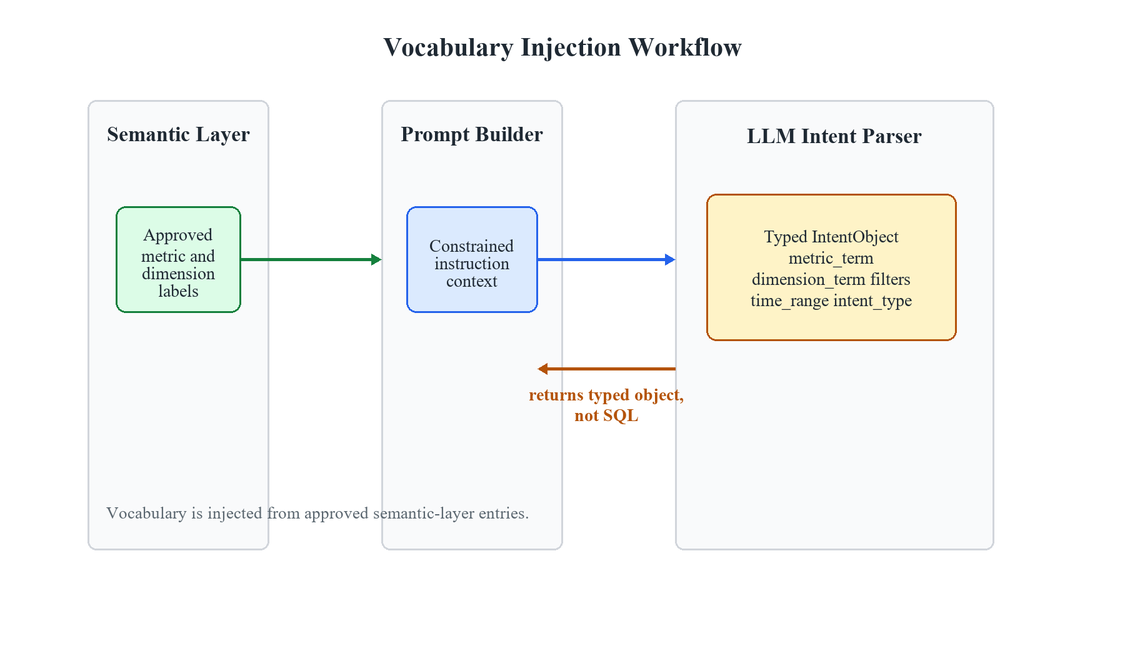
This is docs/scripts/thesis_book_generator/figures/figure-05-vocabulary-injection.png from md-riaz/AEGIS-Research, a Mermaid export, as it was before one commit. Its source is kept beside it as docs/scripts/thesis_book_generator/figures/source/figure-05-vocabulary-injection.mmd.
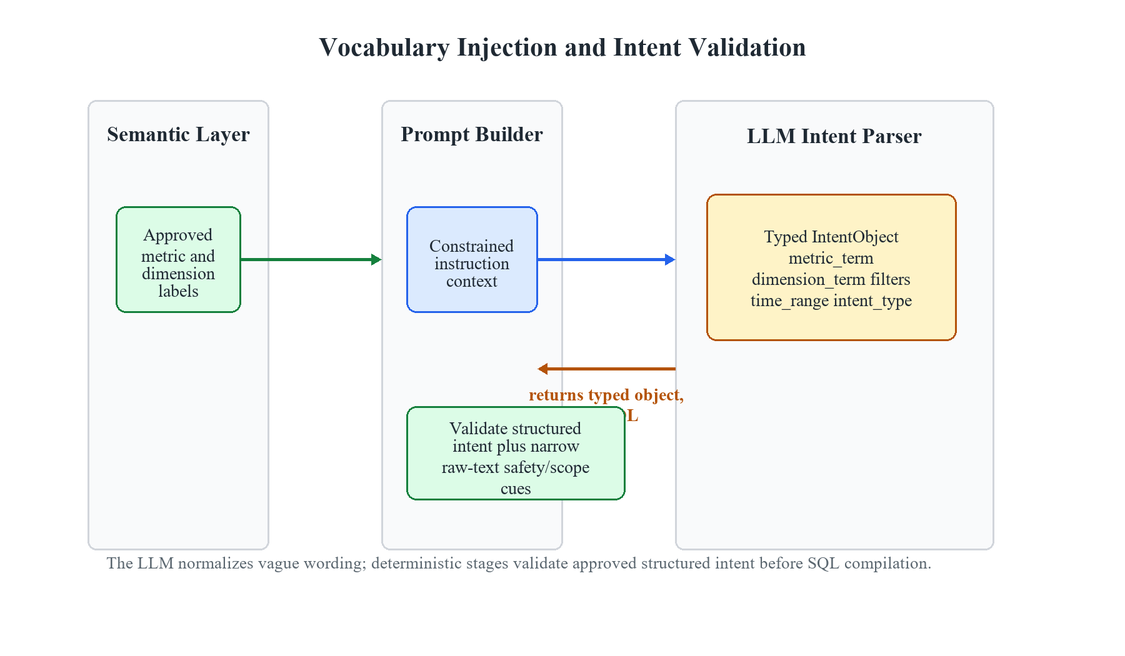
The same file after the commit.

The edit, as a diff of the source:
```diff
@@ -6,20 +6,21 @@
     LLM["LLM parser"]
     INT["Typed intent object<br/>uses approved identifiers"]
     SC["Schema validation<br/>JSON contract"]
-    COV["Coverage analysis<br/>checks original question"]
+    COV["Structured intent validation<br/>approved bindings"]
+    RAW["Narrow raw-text cues<br/>writes, secrets, prediction"]
     OK["Continue to semantic mapping"]
     REJ["Clarify or reject<br/>unsupported wording"]
 
     SL --> PB --> LLM --> INT --> SC
     Q --> LLM
-    Q --> COV
+    Q --> RAW --> COV
     COV --> OK
     SC --> OK
     COV -. boundary found .-> REJ
     SC -. malformed .-> REJ
 
-    NOTE["Key rule<br/>coverage checks the original wording,<br/>not only the parsed intent"]
-    Q --> NOTE --> COV
+    NOTE["Key rule<br/>LLM normalizes vague language;<br/>AEGIS validates the structured intent"]
+    INT --> NOTE --> COV
 
     classDef question fill:#f3f4f6,stroke:#64748b,color:#111827,stroke-width:2px;
     classDef semantic fill:#dcfce7,stroke:#15803d,color:#111827,stroke-width:2px;
```
